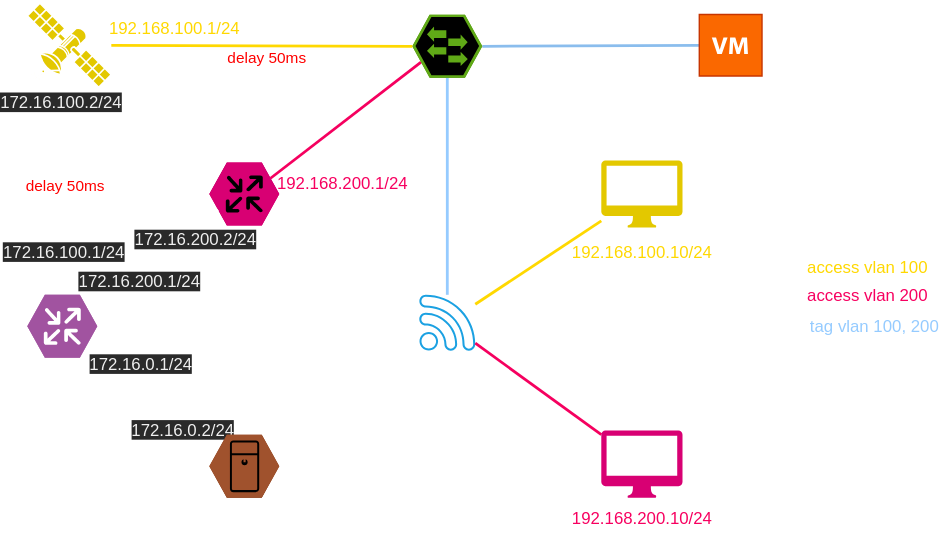
This is topo/topo.svg from Sabaniki/orf22, a draw.io export, as it was before one commit. Source tidied: cells renumbered, new cells last; positions are measured from the earlier drawing's top-left corner, leaving out a move shared by most shapes.
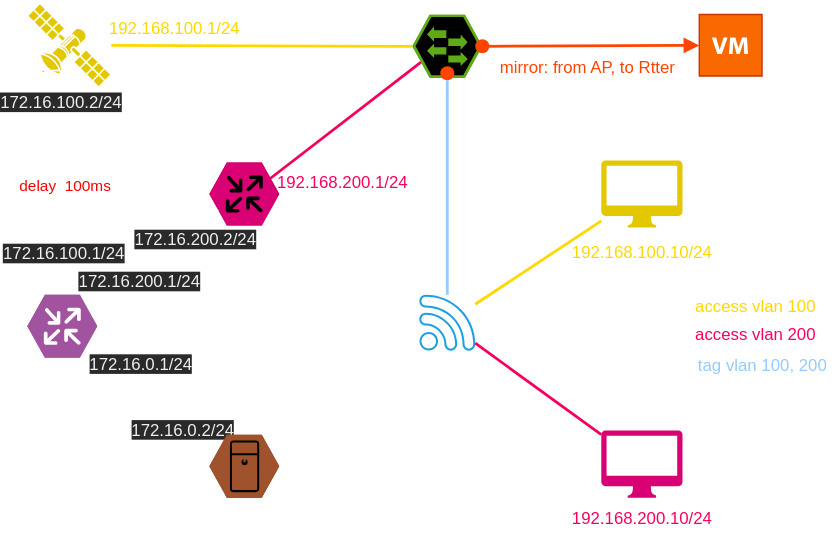
The same diagram one commit later.

Change to the diagram source:
```diff
@@ -2,7 +2,7 @@
   <root>
     <mxCell id="0" />
     <mxCell id="1" parent="0" />
-    <mxCell id="2" style="edgeStyle=none;html=1;entryX=0.5;entryY=1;entryDx=0;entryDy=0;entryPerimeter=0;endArrow=none;endFill=0;fillColor=#647687;strokeColor=#95CBFF;jumpSize=5;strokeWidth=2;" parent="1" edge="1" source="4" target="9">
+    <mxCell id="2" style="edgeStyle=none;html=1;entryX=0.5;entryY=1;entryDx=0;entryDy=0;entryPerimeter=0;endArrow=none;endFill=0;fillColor=#647687;strokeColor=#95CBFF;jumpSize=5;strokeWidth=2;startArrow=none;" parent="1" edge="1" source="15" target="9">
       <mxGeometry relative="1" as="geometry" />
     </mxCell>
     <mxCell id="3" style="edgeStyle=none;html=1;endArrow=none;endFill=0;strokeColor=#FFD800;fillColor=#e3c800;strokeWidth=2;" parent="1" edge="1" source="4" target="23">
@@ -17,7 +17,7 @@
     <mxCell id="6" style="sketch=0;shadow=0;dashed=0;html=1;strokeColor=none;fillColor=#d80073;labelPosition=center;verticalLabelPosition=bottom;verticalAlign=top;outlineConnect=0;align=center;shape=mxgraph.office.devices.mac_client;fontColor=#ffffff;" parent="1" vertex="1">
       <mxGeometry x="410" y="307" width="58" height="48" as="geometry" />
     </mxCell>
-    <mxCell id="7" style="edgeStyle=none;html=1;exitX=1;exitY=0.5;exitDx=0;exitDy=0;exitPerimeter=0;endArrow=none;endFill=0;strokeWidth=2;fillColor=#647687;strokeColor=#8ABDED;" parent="1" edge="1" source="9" target="20">
+    <mxCell id="7" style="edgeStyle=none;html=1;exitX=1;exitY=0.5;exitDx=0;exitDy=0;exitPerimeter=0;endArrow=block;endFill=1;strokeWidth=2;fillColor=#fa6800;strokeColor=#FF4400;" parent="1" edge="1" source="9" target="20">
       <mxGeometry relative="1" as="geometry" />
     </mxCell>
     <mxCell id="8" style="edgeStyle=none;html=1;exitX=0.125;exitY=0.75;exitDx=0;exitDy=0;exitPerimeter=0;entryX=0.875;entryY=0.25;entryDx=0;entryDy=0;entryPerimeter=0;fontColor=#95CBFF;strokeColor=#F5005F;fillColor=#d80073;strokeWidth=2;endArrow=none;endFill=0;" parent="1" edge="1" source="9" target="26">
@@ -34,7 +34,7 @@
         <mxPoint x="25" y="209" as="targetPoint" />
       </mxGeometry>
     </mxCell>
-    <mxCell id="12" value="&lt;font color=&quot;#ff0000&quot;&gt;delay 50ms&lt;/font&gt;" style="edgeLabel;html=1;align=center;verticalAlign=middle;labelBackgroundColor=none;" parent="11" vertex="1">
+    <mxCell id="12" value="&lt;font color=&quot;#ff0000&quot;&gt;delay&amp;nbsp; 100ms&lt;/font&gt;" style="edgeLabel;html=1;align=center;verticalAlign=middle;labelBackgroundColor=none;" parent="11" vertex="1">
       <mxGeometry x="0.01" y="2" relative="1" as="geometry" />
     </mxCell>
     <mxCell id="13" value="&lt;span style=&quot;color: rgb(240 , 240 , 240) ; font-size: 12px ; background-color: rgb(42 , 42 , 42)&quot;&gt;172.16.100.2/24&lt;/span&gt;" style="edgeLabel;html=1;align=center;verticalAlign=middle;fontColor=#FFD800;labelBackgroundColor=none;" parent="11" vertex="1">
@@ -45,11 +45,6 @@
         <mxPoint y="-19" as="offset" />
       </mxGeometry>
     </mxCell>
-    <mxCell id="15" value="&lt;font color=&quot;#ff0000&quot;&gt;delay 50ms&lt;/font&gt;" style="edgeLabel;html=1;align=center;verticalAlign=middle;points=[];labelBackgroundColor=none;" parent="11" vertex="1">
-      <mxGeometry x="0.01" y="2" relative="1" as="geometry">
-        <mxPoint x="144" y="-91" as="offset" />
-      </mxGeometry>
-    </mxCell>
     <mxCell id="16" value="&lt;font color=&quot;#ffffff&quot;&gt;AP&lt;/font&gt;" style="text;html=1;align=center;verticalAlign=middle;strokeColor=#FFFFFF;fillColor=none;" parent="1" vertex="1">
       <mxGeometry x="245" y="230" width="30" height="20" as="geometry" />
     </mxCell>
@@ -68,8 +63,8 @@
     <mxCell id="21" value="&lt;font color=&quot;#ffffff&quot;&gt;Server&lt;/font&gt;" style="text;html=1;align=center;verticalAlign=middle;strokeColor=#FFFFFF;fillColor=none;" parent="1" vertex="1">
       <mxGeometry x="190" y="321" width="50" height="20" as="geometry" />
     </mxCell>
-    <mxCell id="22" value="&lt;font color=&quot;#ffffff&quot;&gt;RTTer&lt;/font&gt;" style="text;html=1;align=center;verticalAlign=middle;strokeColor=#FFFFFF;fillColor=none;" parent="1" vertex="1">
-      <mxGeometry x="534" y="-0.2" width="50" height="20" as="geometry" />
+    <mxCell id="22" value="&lt;font color=&quot;#ffffff&quot;&gt;Rtter&lt;/font&gt;" style="text;html=1;align=center;verticalAlign=middle;strokeColor=#FFFFFF;fillColor=none;" parent="1" vertex="1">
+      <mxGeometry x="539" y="-0.2" width="40" height="20" as="geometry" />
     </mxCell>
     <mxCell id="23" style="sketch=0;shadow=0;dashed=0;html=1;strokeColor=none;fillColor=#e3c800;labelPosition=center;verticalLabelPosition=bottom;verticalAlign=top;outlineConnect=0;align=center;shape=mxgraph.office.devices.mac_client;fontColor=#000000;" parent="1" vertex="1">
       <mxGeometry x="410" y="114" width="58" height="48" as="geometry" />
@@ -130,7 +125,7 @@
       <mxGeometry x="379" y="360" width="120" height="20" as="geometry" />
     </mxCell>
     <mxCell id="39" style="group;strokeColor=#FFFFFF;" parent="1" vertex="1">
-      <mxGeometry x="550" y="180.5" width="110" height="62" as="geometry" />
+      <mxGeometry x="470" y="209" width="110" height="62" as="geometry" />
     </mxCell>
     <mxCell id="40" value="&lt;font color=&quot;#ffd800&quot;&gt;access vlan 100&lt;/font&gt;" style="text;html=1;align=center;verticalAlign=middle;strokeColor=none;fillColor=none;" parent="39" vertex="1">
       <mxGeometry width="100" height="20" as="geometry" />
@@ -147,5 +142,17 @@
     <mxCell id="44" value="&lt;font color=&quot;#ffd800&quot;&gt;192.168.100.1/24&lt;/font&gt;" style="text;html=1;align=center;verticalAlign=middle;strokeColor=none;fillColor=none;" parent="1" vertex="1">
       <mxGeometry x="50" y="9.8" width="110" height="20" as="geometry" />
     </mxCell>
+    <mxCell id="15" style="ellipse;whiteSpace=wrap;html=1;fillColor=#FF4400;strokeColor=none;" parent="1" vertex="1">
+      <mxGeometry x="295" y="46.8" width="10" height="10" as="geometry" />
+    </mxCell>
+    <mxCell id="45" style="edgeStyle=none;html=1;entryX=0.5;entryY=1;entryDx=0;entryDy=0;entryPerimeter=0;endArrow=none;endFill=0;fillColor=#647687;strokeColor=#95CBFF;jumpSize=5;strokeWidth=2;" parent="1" edge="1" source="4" target="15">
+      <mxGeometry relative="1" as="geometry" />
+    </mxCell>
+    <mxCell id="46" style="ellipse;whiteSpace=wrap;html=1;fillColor=#FF4400;strokeColor=none;" parent="1" vertex="1">
+      <mxGeometry x="320" y="27.5" width="10" height="10" as="geometry" />
+    </mxCell>
+    <mxCell id="47" value="&lt;font color=&quot;#ff4400&quot;&gt;mirror: from AP, to Rtter&lt;/font&gt;" style="text;html=1;align=center;verticalAlign=middle;strokeColor=none;fillColor=none;" parent="1" vertex="1">
+      <mxGeometry x="330" y="37.5" width="140" height="20" as="geometry" />
+    </mxCell>
   </root>
 </mxGraphModel>
```
